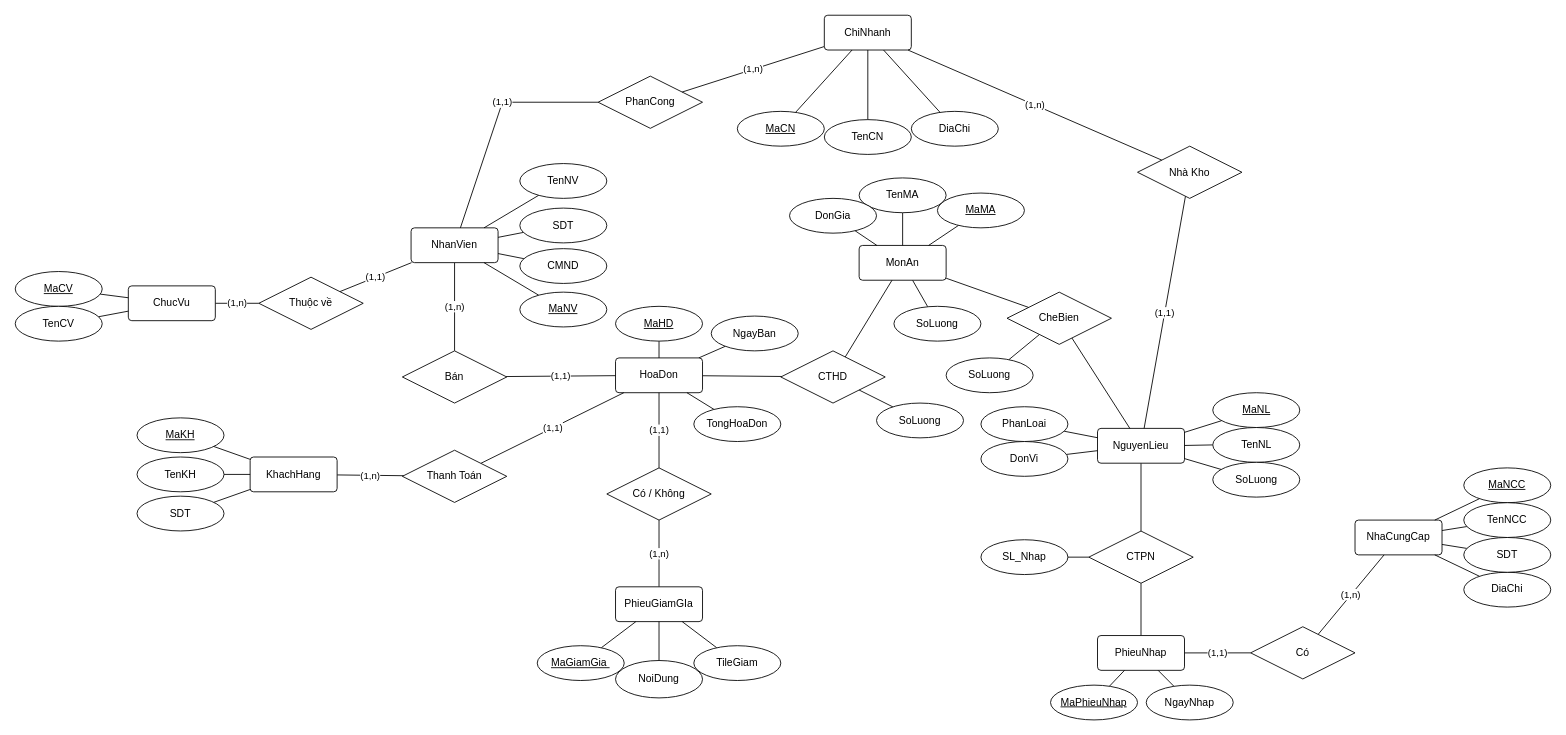
Earlier version of the draw.io diagram page "Page-1" (1 of 14) of KingFastFood/docs/ERD.drawio (EdgarIgnite16/Distributed-Database-Project). Source tidied: cells renumbered, new cells numbered last; positions are measured from the earlier drawing's top-left corner, leaving out a move shared by most shapes. Both pictures are drawn from the tidied source at 87%, with x=0, y=0 at pixel (15, 15).
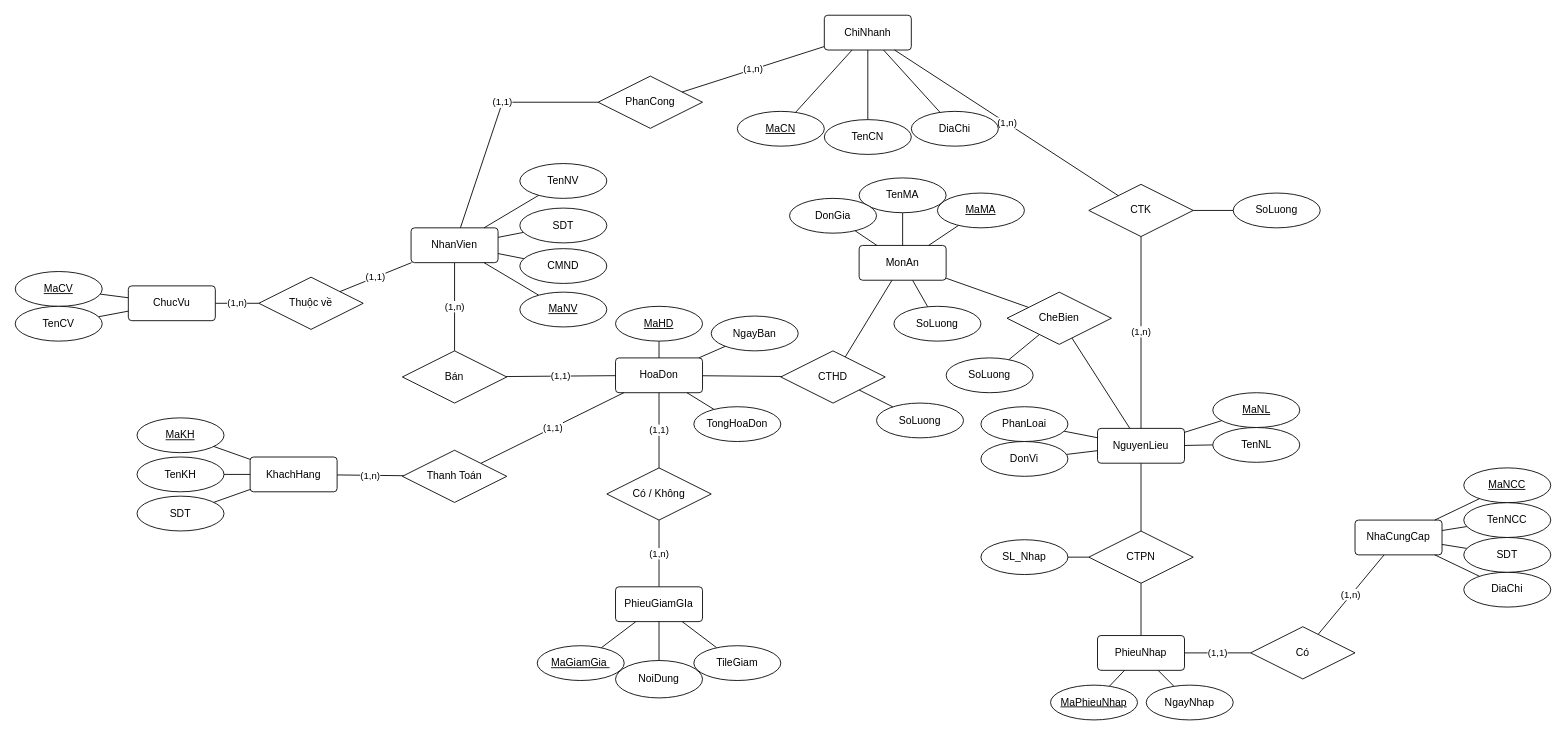
Above is the later version.

Commit message (it also covers changes not shown here):
update lại cấu trúc db

The change refers to these unchanged cells:
```xml
<mxCell id="24" value="NguyenLieu" style="rounded=1;arcSize=10;whiteSpace=wrap;html=1;align=center;" parent="1" vertex="1">
  <mxGeometry x="1244" y="474.9" width="100" height="40" as="geometry" />
</mxCell>
```

Diff of the diagram source:
```diff
@@
-    <mxCell id="80" style="edgeStyle=none;rounded=0;jettySize=auto;html=1;endArrow=none;endFill=0;" parent="1" edge="1" source="81" target="24">
+    <mxCell id="80" style="edgeStyle=none;rounded=0;jettySize=auto;html=1;endArrow=none;endFill=0;" parent="1" edge="1" source="81" target="108">
       <mxGeometry relative="1" as="geometry" />
     </mxCell>
     <mxCell id="81" value="SoLuong" style="ellipse;whiteSpace=wrap;html=1;align=center;" parent="1" vertex="1">
-      <mxGeometry x="1376.5" y="513.9" width="100" height="40" as="geometry" />
+      <mxGeometry x="1400" y="204.4" width="100" height="40" as="geometry" />
     </mxCell>
@@
-    <mxCell id="107" value="(1,1)" style="edgeStyle=none;rounded=0;jettySize=auto;html=1;endArrow=none;endFill=0;" parent="1" edge="1" source="108" target="24">
+    <mxCell id="107" value="(1,n)" style="edgeStyle=none;rounded=0;jettySize=auto;html=1;endArrow=none;endFill=0;" parent="1" edge="1" source="108" target="24">
       <mxGeometry relative="1" as="geometry" />
     </mxCell>
-    <mxCell id="108" value="Nhà Kho" style="shape=rhombus;perimeter=rhombusPerimeter;whiteSpace=wrap;html=1;align=center;" parent="1" vertex="1">
-      <mxGeometry x="1290" y="150.5" width="120" height="60" as="geometry" />
+    <mxCell id="108" value="CTK" style="shape=rhombus;perimeter=rhombusPerimeter;whiteSpace=wrap;html=1;align=center;" parent="1" vertex="1">
+      <mxGeometry x="1234" y="194.4" width="120" height="60" as="geometry" />
     </mxCell>
```
